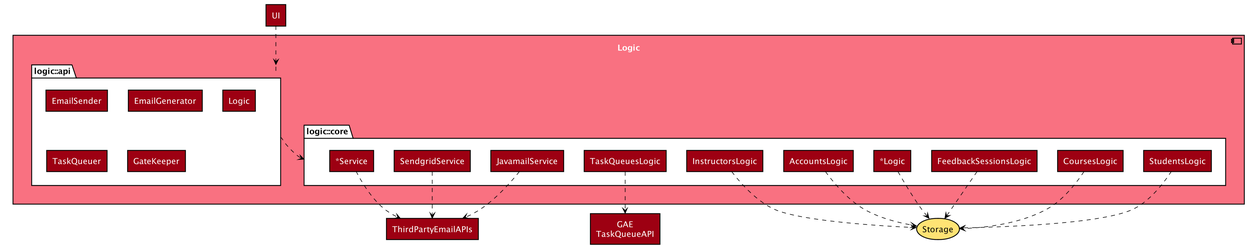
Earlier version of the PlantUML export docs/images/LogicComponent.png (TEAMMATES/teammates).
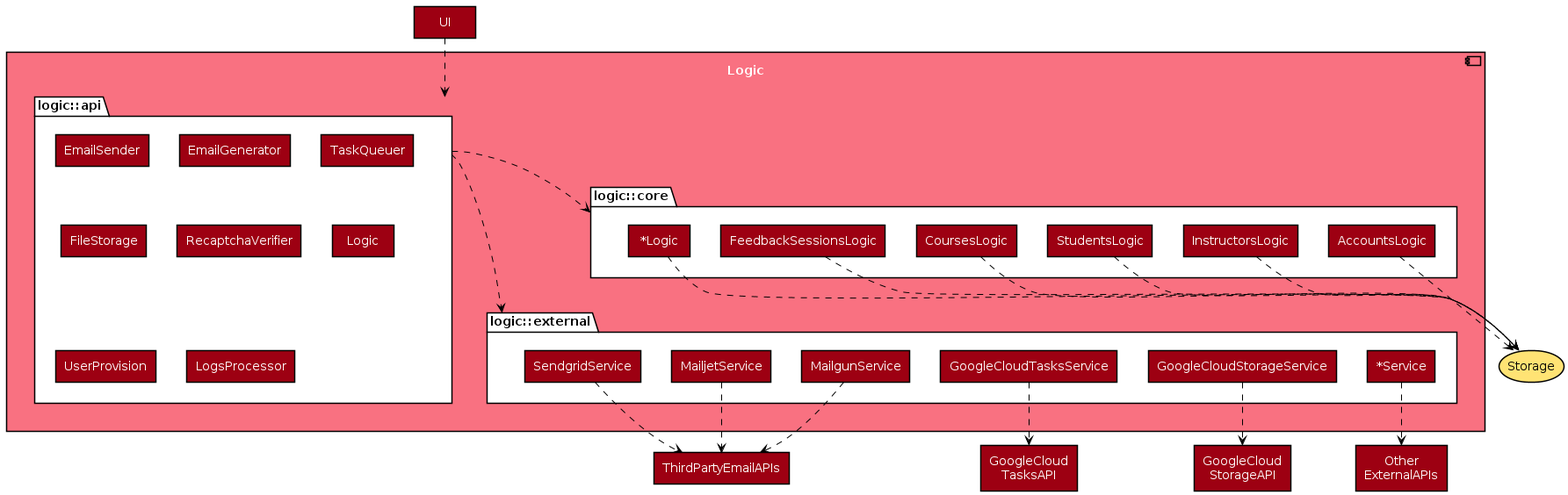
The same diagram one commit later.

Diff of the diagram source:
```diff
@@ -1,92 +1,56 @@
 @startuml
-
-
-
-
-
-
-
-
-skinparam BackgroundColor #FFFFFFF
-
-skinparam Shadowing false
-
-skinparam Class {
-    FontColor #FFFFFF
-    BorderThickness 1
-    BorderColor #FFFFFF
-    StereotypeFontColor #FFFFFF
-    FontName Arial
-}
-
-skinparam Actor {
-    BorderColor #000000
-    Color #000000
-    FontName Arial
-}
-
-skinparam Sequence {
-    MessageAlign center
-    BoxFontSize 15
-    BoxPadding 0
-    BoxFontColor #FFFFFF
-    FontName Arial
-}
-
-skinparam Participant {
-    FontColor #FFFFFFF
-    Padding 20
-}
-
-skinparam MinClassWidth 50
-skinparam ParticipantPadding 10
-skinparam Shadowing false
-skinparam DefaultTextAlignment center
-skinparam packageStyle Rectangle
-
-hide footbox
-hide members
-hide circle
-skinparam componentBackgroundColor #F97181
+!include style.puml
+skinparam componentBackgroundColor MODEL_COLOR_T1
 skinparam componentFontColor #FFFFFF
-skinparam packageBackgroundColor #FFFFFF
-skinparam rectangleBackgroundColor #9D0012
+skinparam FolderBackgroundColor #FFFFFF
+skinparam rectangleBackgroundColor MODEL_COLOR
 skinparam rectangleFontColor #FFFFFF
 skinparam arrowColor #000000
 
 component Logic {
-    package "logic::core" as Core {
-        rectangle JavamailService
-        rectangle SendgridService
-        rectangle "*Service" as Service
-
-        rectangle TaskQueuesLogic
+    folder "logic::core" as Core {
         rectangle AccountsLogic
         rectangle InstructorsLogic
         rectangle StudentsLogic
         rectangle CoursesLogic
         rectangle FeedbackSessionsLogic
-        rectangle "*Logic" as Logic1
+        rectangle "~*Logic" as Logic1
     }
 
-    package "logic::api" as Api {
+    folder "logic::external" as External {
+        rectangle MailgunService
+        rectangle MailjetService
+        rectangle SendgridService
+        rectangle GoogleCloudTasksService
+        rectangle GoogleCloudStorageService
+        rectangle "~*Service" as Service
+    }
+
+    folder "logic::api" as Api {
         rectangle EmailSender
         rectangle EmailGenerator
+        rectangle TaskQueuer
+        rectangle FileStorage
+        rectangle RecaptchaVerifier
         rectangle "Logic" as Logic2
-        rectangle TaskQueuer
-        rectangle GateKeeper
+        rectangle UserProvision
+        rectangle LogsProcessor
     }
 }
 
 rectangle ThirdPartyEmailAPIs
-rectangle "GAE\nTaskQueueAPI" as GaeTaskQueueApi
+rectangle "GoogleCloud\nTasksAPI" as GoogleCloudTasksApi
+rectangle "GoogleCloud\nStorageAPI" as GoogleCloudStorageApi
+rectangle "Other\nExternalAPIs" as OtherExternalApi
 rectangle UI
-storage Storage #FFE374
+storage Storage STORAGE_COLOR_T1
 
-JavamailService ..> ThirdPartyEmailAPIs
+MailgunService ..> ThirdPartyEmailAPIs
+MailjetService ..> ThirdPartyEmailAPIs
 SendgridService ..> ThirdPartyEmailAPIs
-Service ..> ThirdPartyEmailAPIs
-TaskQueuesLogic ..> GaeTaskQueueApi
+GoogleCloudTasksService ..> GoogleCloudTasksApi
+GoogleCloudStorageService ..> GoogleCloudStorageApi
+Service ..> OtherExternalApi
 AccountsLogic ..> Storage
 InstructorsLogic ..> Storage
 StudentsLogic ..> Storage
@@ -96,8 +60,13 @@
 
 UI ..> Api
 Api ..> Core
+Api ..> External
 
-Api -[hidden]down- Core
-Core -[hidden]up- Api
+Api -[hidden]right- Core
+Core -[hidden]left- Api
+Api -[hidden]right- External
+External -[hidden]left- Api
+Core -[hidden]down- External
+External -[hidden]up- Core
 
 @enduml
```
